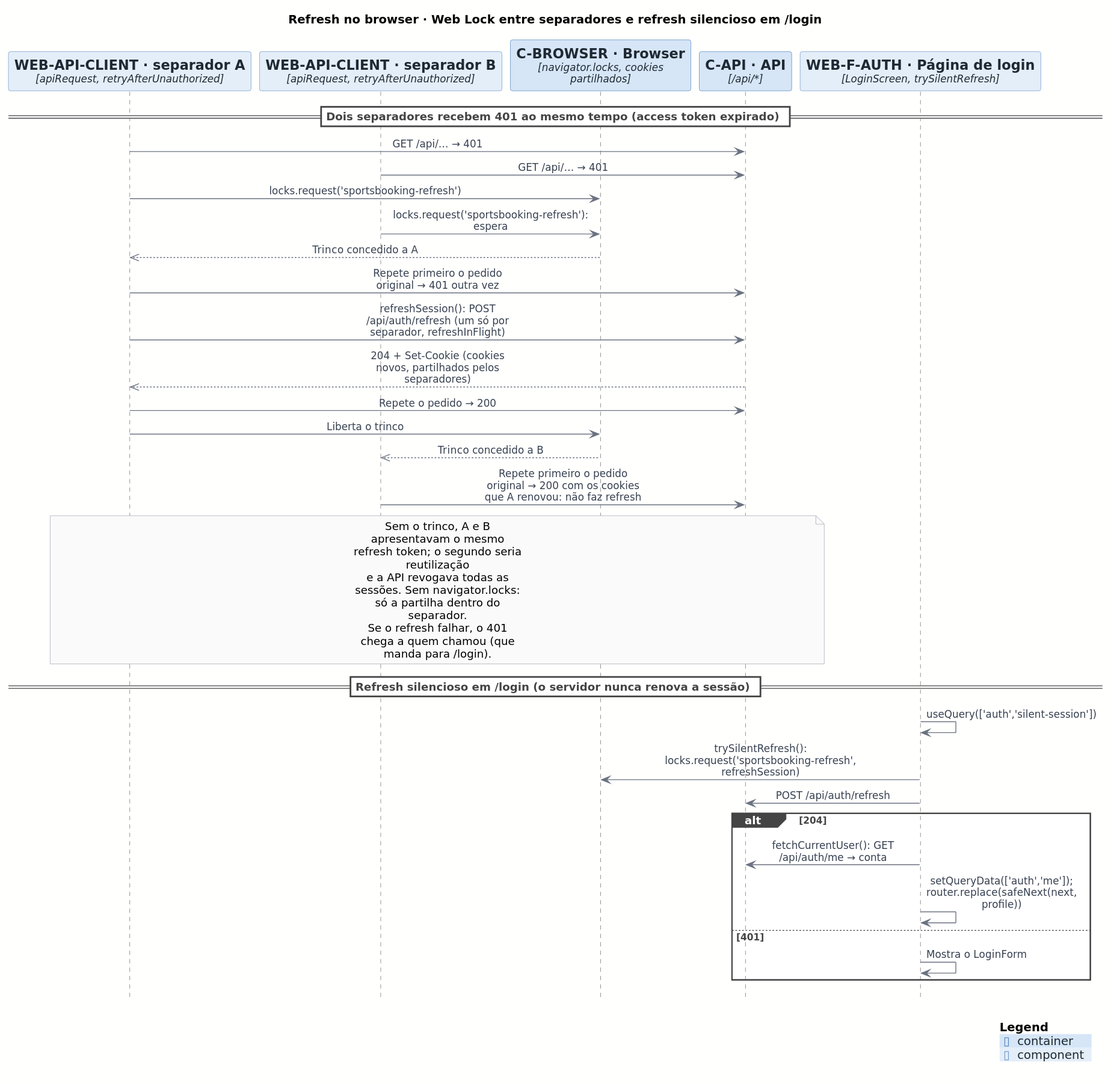
Before: docs/architecture/out/process-refresh-client.svg, a diagram exported from PlantUML (rodrigo4sousa/SportsEstablishments).
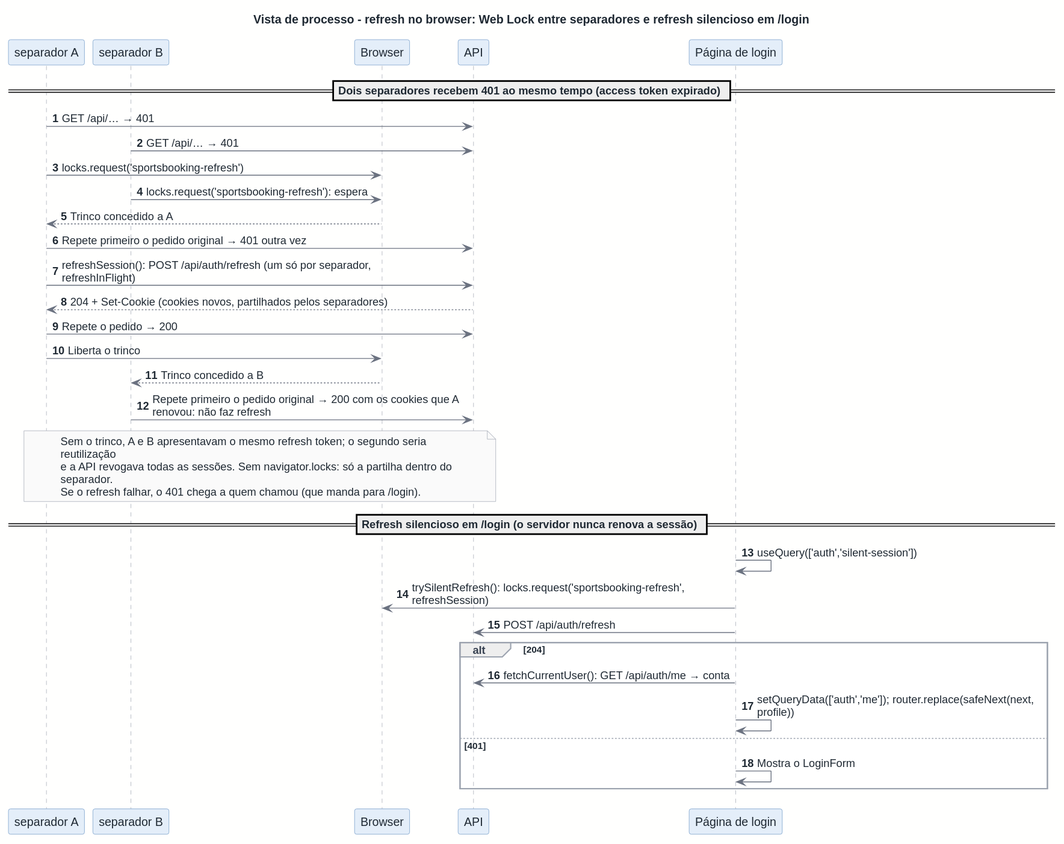
After the change.

What changed in the source:
```diff
@@ -1,40 +1,38 @@
 @startuml
-!include <C4/C4_Sequence>
 !include ../style.puml
 
-title Refresh no browser · Web Lock entre separadores e refresh silencioso em /login
+title Vista de processo - refresh no browser: Web Lock entre separadores e refresh silencioso em /login
+autonumber
 
-Component(WEB_API_CLIENT, "WEB-API-CLIENT · separador A", "apiRequest, retryAfterUnauthorized")
-Component(WEB_API_CLIENT_B, "WEB-API-CLIENT · separador B", "apiRequest, retryAfterUnauthorized")
-Container(C_BROWSER, "C-BROWSER · Browser", "navigator.locks, cookies partilhados")
-Container(C_API, "C-API · API", "/api/*")
-Component(WEB_F_AUTH, "WEB-F-AUTH · Página de login", "LoginScreen, trySilentRefresh")
+participant "separador A" as WEB_API_CLIENT
+participant "separador B" as WEB_API_CLIENT_B
+participant "Browser" as C_BROWSER
+participant "API" as C_API
+participant "Página de login" as WEB_F_AUTH
 
 == Dois separadores recebem 401 ao mesmo tempo (access token expirado) ==
-Rel(WEB_API_CLIENT, C_API, $plain("GET /api/… → 401"))
-Rel(WEB_API_CLIENT_B, C_API, $plain("GET /api/… → 401"))
-Rel(WEB_API_CLIENT, C_BROWSER, $plain("locks.request('sportsbooking-refresh')"))
-Rel(WEB_API_CLIENT_B, C_BROWSER, $plain("locks.request('sportsbooking-refresh'): espera"))
-Rel_Back(WEB_API_CLIENT, C_BROWSER, $plain("Trinco concedido a A"))
-Rel(WEB_API_CLIENT, C_API, $plain("Repete primeiro o pedido original → 401 outra vez"))
-Rel(WEB_API_CLIENT, C_API, $plain("refreshSession(): POST /api/auth/refresh (um só por separador, refreshInFlight)"))
-Rel_Back(WEB_API_CLIENT, C_API, $plain("204 + Set-Cookie (cookies novos, partilhados pelos separadores)"))
-Rel(WEB_API_CLIENT, C_API, $plain("Repete o pedido → 200"))
-Rel(WEB_API_CLIENT, C_BROWSER, $plain("Liberta o trinco"))
-Rel_Back(WEB_API_CLIENT_B, C_BROWSER, $plain("Trinco concedido a B"))
-Rel(WEB_API_CLIENT_B, C_API, $plain("Repete primeiro o pedido original → 200 com os cookies que A renovou: não faz refresh"))
-note over WEB_API_CLIENT, C_API: Sem o trinco, A e B apresentavam o mesmo refresh token; o segundo seria reutilização\ne a API revogava todas as sessões. Sem navigator.locks: só a partilha dentro do separador.\nSe o refresh falhar, o 401 chega a quem chamou (que manda para /login).
+WEB_API_CLIENT -> C_API : GET /api/… → 401
+WEB_API_CLIENT_B -> C_API : GET /api/… → 401
+WEB_API_CLIENT -> C_BROWSER : locks.request('sportsbooking-refresh')
+WEB_API_CLIENT_B -> C_BROWSER : locks.request('sportsbooking-refresh'): espera
+C_BROWSER --> WEB_API_CLIENT : Trinco concedido a A
+WEB_API_CLIENT -> C_API : Repete primeiro o pedido original → 401 outra vez
+WEB_API_CLIENT -> C_API : refreshSession(): POST /api/auth/refresh (um só por separador,\nrefreshInFlight)
+C_API --> WEB_API_CLIENT : 204 + Set-Cookie (cookies novos, partilhados pelos separadores)
+WEB_API_CLIENT -> C_API : Repete o pedido → 200
+WEB_API_CLIENT -> C_BROWSER : Liberta o trinco
+C_BROWSER --> WEB_API_CLIENT_B : Trinco concedido a B
+WEB_API_CLIENT_B -> C_API : Repete primeiro o pedido original → 200 com os cookies que A\nrenovou: não faz refresh
+note over WEB_API_CLIENT, C_API: Sem o trinco, A e B apresentavam o mesmo refresh token; o segundo seria\nreutilização\ne a API revogava todas as sessões. Sem navigator.locks: só a partilha dentro do\nseparador.\nSe o refresh falhar, o 401 chega a quem chamou (que manda para /login).
 
 == Refresh silencioso em /login (o servidor nunca renova a sessão) ==
-Rel(WEB_F_AUTH, WEB_F_AUTH, $plain("useQuery(['auth','silent-session'])"))
-Rel(WEB_F_AUTH, C_BROWSER, $plain("trySilentRefresh(): locks.request('sportsbooking-refresh', refreshSession)"))
-Rel(WEB_F_AUTH, C_API, $plain("POST /api/auth/refresh"))
+WEB_F_AUTH -> WEB_F_AUTH : useQuery(['auth','silent-session'])
+WEB_F_AUTH -> C_BROWSER : trySilentRefresh(): locks.request('sportsbooking-refresh',\nrefreshSession)
+WEB_F_AUTH -> C_API : POST /api/auth/refresh
 alt 204
-  Rel(WEB_F_AUTH, C_API, $plain("fetchCurrentUser(): GET /api/auth/me → conta"))
-  Rel(WEB_F_AUTH, WEB_F_AUTH, $plain("setQueryData(['auth','me']); router.replace(safeNext(next, profile))"))
+  WEB_F_AUTH -> C_API : fetchCurrentUser(): GET /api/auth/me → conta
+  WEB_F_AUTH -> WEB_F_AUTH : setQueryData(['auth','me']); router.replace(safeNext(next,\nprofile))
 else 401
-  Rel(WEB_F_AUTH, WEB_F_AUTH, $plain("Mostra o LoginForm"))
+  WEB_F_AUTH -> WEB_F_AUTH : Mostra o LoginForm
 end
-
-SHOW_LEGEND()
 @enduml
```
